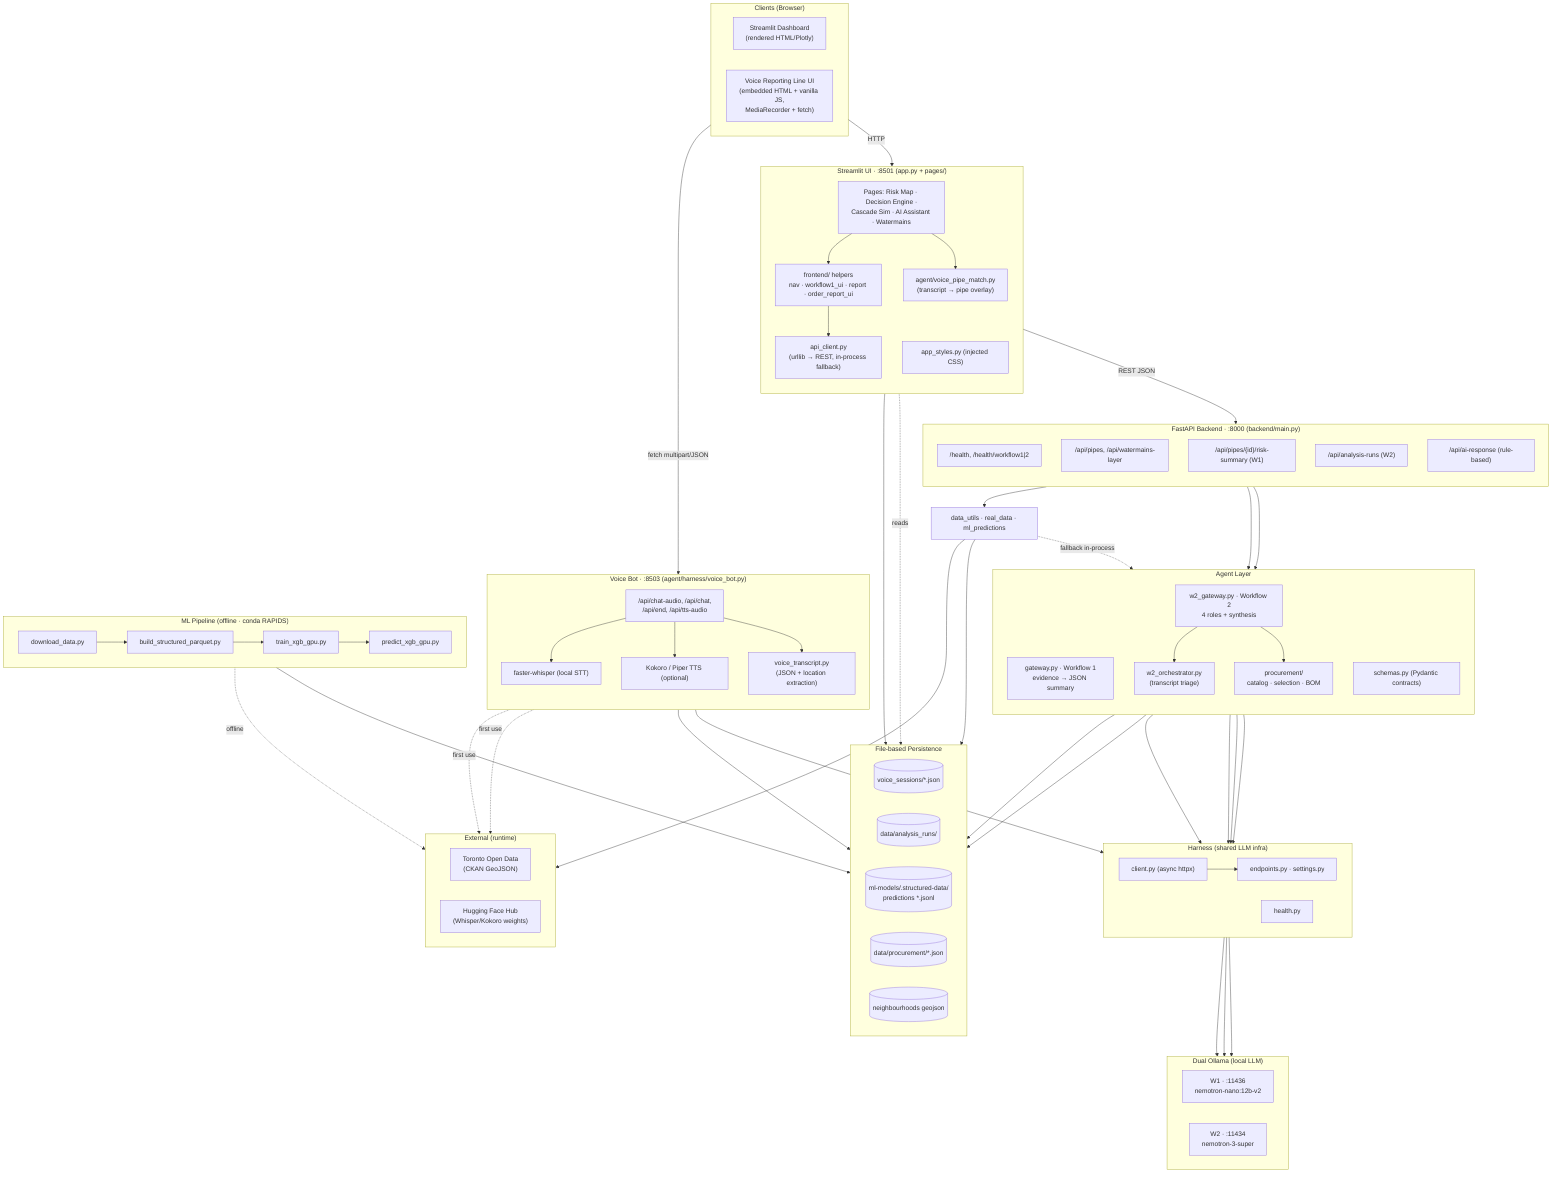
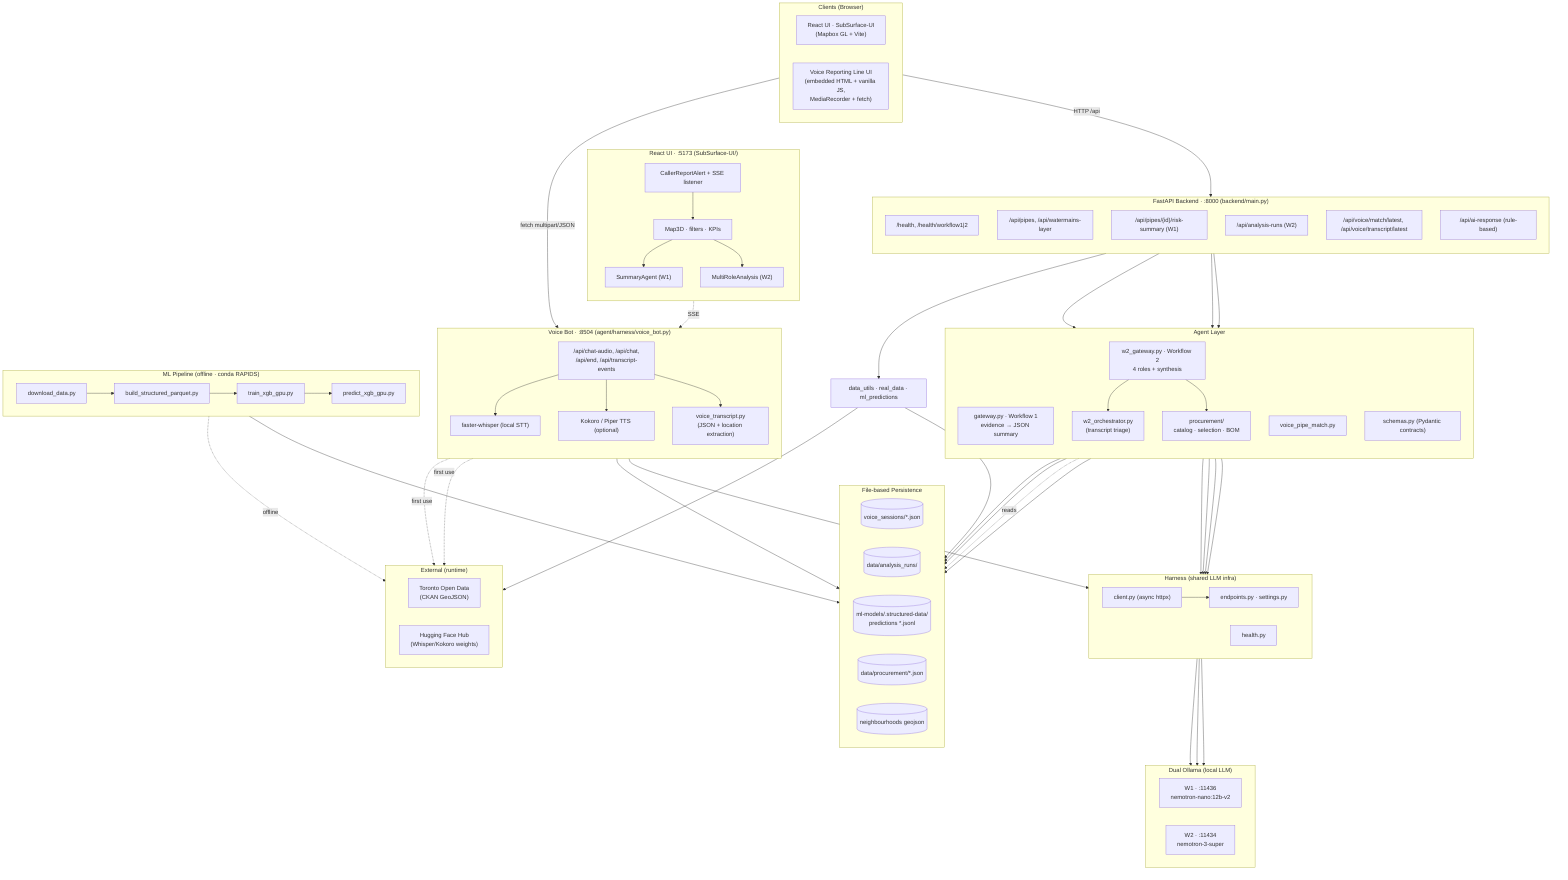
flowchart TB
    subgraph clients["Clients (Browser)"]
        direction LR
-         BrowserUI["Streamlit Dashboard<br/>(rendered HTML/Plotly)"]
+         ReactUI["React UI · SubSurface-UI<br/>(Mapbox GL + Vite)"]
        VoiceUI["Voice Reporting Line UI<br/>(embedded HTML + vanilla JS,<br/>MediaRecorder + fetch)"]
    end

-     subgraph streamlit["Streamlit UI · :8501 (app.py + pages/)"]
+     subgraph reactui["React UI · :5173 (SubSurface-UI/)"]
        direction TB
-         Pages["Pages: Risk Map · Decision Engine ·<br/>Cascade Sim · AI Assistant · Watermains"]
-         FE["frontend/ helpers<br/>nav · workflow1_ui · report · order_report_ui"]
-         Styles["app_styles.py (injected CSS)"]
-         APIClient["api_client.py<br/>(urllib → REST, in-process fallback)"]
-         VoiceMatch["agent/voice_pipe_match.py<br/>(transcript → pipe overlay)"]
-         Pages --> FE --> APIClient
-         Pages --> VoiceMatch
+         Map["Map3D · filters · KPIs"]
+         W1Panel["SummaryAgent (W1)"]
+         W2Panel["MultiRoleAnalysis (W2)"]
+         VoiceAlert["CallerReportAlert + SSE listener"]
+         Map --> W1Panel
+         Map --> W2Panel
+         VoiceAlert --> Map
    end

    subgraph backend["FastAPI Backend · :8000 (backend/main.py)"]
        direction TB
        Health["/health, /health/workflow1|2"]
        PipesAPI["/api/pipes, /api/watermains-layer"]
        W1API["/api/pipes/{id}/risk-summary (W1)"]
        W2API["/api/analysis-runs (W2)"]
+         VoiceAPI["/api/voice/match/latest, /api/voice/transcript/latest"]
        AIAPI["/api/ai-response (rule-based)"]
    end

    subgraph agent["Agent Layer"]
        direction TB
        GW1["gateway.py · Workflow 1<br/>evidence → JSON summary"]
        GW2["w2_gateway.py · Workflow 2<br/>4 roles + synthesis"]
        Orch["w2_orchestrator.py<br/>(transcript triage)"]
        Proc["procurement/<br/>catalog · selection · BOM"]
+         VoiceMatch["voice_pipe_match.py"]
        Schemas["schemas.py (Pydantic contracts)"]
        GW2 --> Orch
        GW2 --> Proc
    end

    subgraph harness["Harness (shared LLM infra)"]
        direction LR
        Client["client.py (async httpx)"]
        Endpoints["endpoints.py · settings.py"]
        HealthChk["health.py"]
    end

-     subgraph voice["Voice Bot · :8503 (agent/harness/voice_bot.py)"]
+     subgraph voice["Voice Bot · :8504 (agent/harness/voice_bot.py)"]
        direction TB
-         VBApi["/api/chat-audio, /api/chat,<br/>/api/end, /api/tts-audio"]
+         VBApi["/api/chat-audio, /api/chat,<br/>/api/end, /api/transcript-events"]
        Whisper["faster-whisper (local STT)"]
        TTS["Kokoro / Piper TTS (optional)"]
        VT["voice_transcript.py<br/>(JSON + location extraction)"]
        VBApi --> Whisper
        VBApi --> TTS
        VBApi --> VT
    end

    subgraph llm["Dual Ollama (local LLM)"]
        direction LR
        OllamaW1["W1 · :11436<br/>nemotron-nano:12b-v2"]
        OllamaW2["W2 · :11434<br/>nemotron-3-super"]
    end

    subgraph stores["File-based Persistence"]
        direction LR
        VS[("voice_sessions/*.json")]
        AR[("data/analysis_runs/")]
        MLP[("ml-models/.structured-data/<br/>predictions *.jsonl")]
        ProcData[("data/procurement/*.json")]
        Geo[("neighbourhoods geojson")]
    end

    subgraph external["External (runtime)"]
        direction LR
        CKAN["Toronto Open Data<br/>(CKAN GeoJSON)"]
        HF["Hugging Face Hub<br/>(Whisper/Kokoro weights)"]
    end

    subgraph mlpipe["ML Pipeline (offline · conda RAPIDS)"]
        direction LR
        DL["download_data.py"] --> Parquet["build_structured_parquet.py"]
        Parquet --> Train["train_xgb_gpu.py"]
        Train --> Predict["predict_xgb_gpu.py"]
    end

-     BrowserUI -->|HTTP| streamlit
+     ReactUI -->|HTTP /api| backend
    VoiceUI -->|fetch multipart/JSON| VBApi
- 
-     APIClient -->|REST JSON| backend
+     VoiceAlert -.SSE.-> VBApi

    PipesAPI --> DataLayer["data_utils · real_data · ml_predictions"]
    W1API --> GW1
    W2API --> GW2
+     VoiceAPI --> VoiceMatch

    GW1 --> Client
    GW2 --> Client
    Orch --> Client
    Proc --> Client
    HealthChk --> OllamaW1
    Client --> OllamaW1
    Client --> OllamaW2
    Client --> Endpoints

    VBApi --> Client

    DataLayer --> CKAN
    DataLayer --> MLP
    Whisper -.first use.-> HF
    TTS -.first use.-> HF
    Proc --> ProcData
    VoiceMatch --> Geo

    VT --> VS
    VoiceMatch -.reads.-> VS
    GW2 --> AR
    Predict --> MLP
    Predict -.offline.-> CKAN
-     DataLayer -.fallback in-process.-> agent
